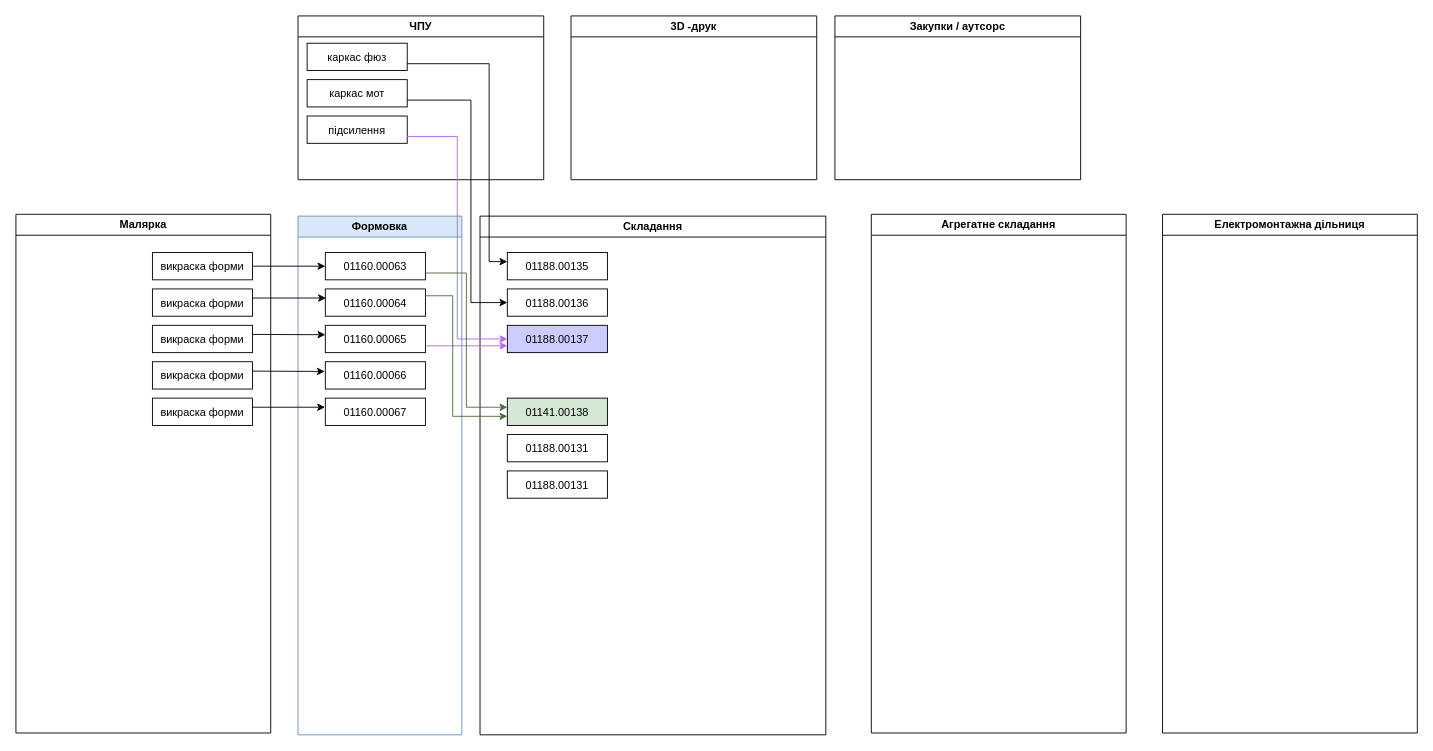
Above: Діаграма без назви.drawio in Narityana/Tutorial (draw.io), before the change. Source tidied: cells renumbered, new cells numbered last; positions are measured from the earlier drawing's top-left corner, leaving out a move shared by most shapes. Both pictures are drawn from the tidied source at 91%, with x=0, y=0 at pixel (15, 15).
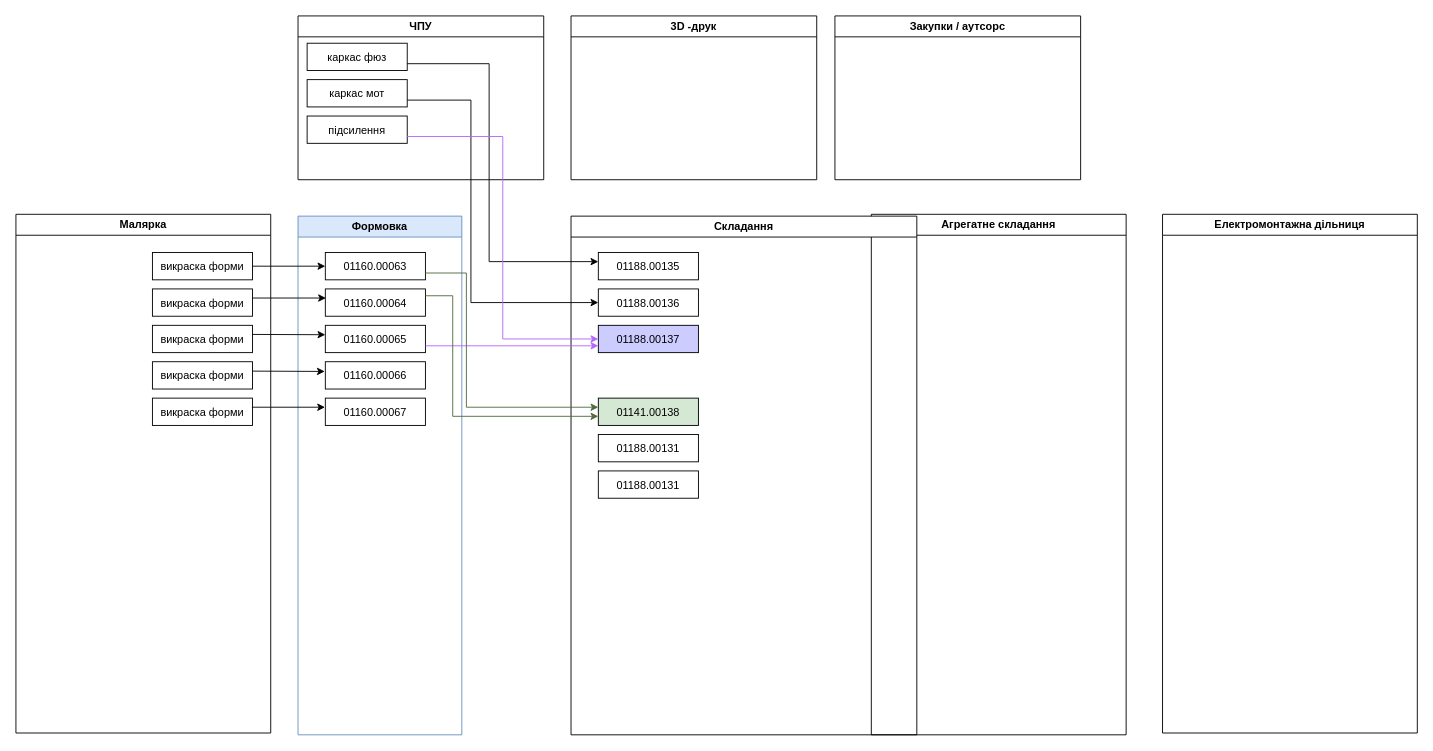
The same page after the edit.

The change refers to these unchanged cells:
```xml
<mxCell id="17" value="Формовка" style="swimlane;whiteSpace=wrap;fillColor=#dae8fc;strokeColor=#6c8ebf;shadow=0;glass=0;rounded=0;swimlaneFillColor=none;" parent="1" vertex="1">
  <mxGeometry x="310" y="220" width="180" height="570" as="geometry" />
</mxCell>
```

The edit, as a diff of the source:
```diff
@@
+    <mxCell id="15" value="Агрегатне складання" style="swimlane;whiteSpace=wrap;" parent="1" vertex="1">
+      <mxGeometry x="940" y="218" width="280" height="572" as="geometry" />
+    </mxCell>
-    <mxCell id="8" value="Складання" style="swimlane;whiteSpace=wrap;" parent="1" vertex="1">
-      <mxGeometry x="510" y="220" width="380" height="570" as="geometry" />
+    <mxCell id="8" value="Складання" style="swimlane;whiteSpace=wrap;" parent="15" vertex="1">
+      <mxGeometry x="-330" y="2" width="380" height="570" as="geometry" />
     </mxCell>
@@
-    <mxCell id="15" value="Агрегатне складання" style="swimlane;whiteSpace=wrap;" parent="1" vertex="1">
-      <mxGeometry x="940" y="218" width="280" height="570" as="geometry" />
-    </mxCell>
@@
-    <mxCell id="20" value="01160.00065" parent="17" vertex="1">
+    <mxCell id="20" value="01160.00065" style="shadow=0;" parent="17" vertex="1">
       <mxGeometry x="30" y="120" width="110" height="30" as="geometry" />
     </mxCell>
@@
+    <mxCell id="40" style="ellipse;whiteSpace=wrap;html=1;align=center;fillColor=none;strokeColor=none;perimeter=centerPerimeter;" parent="1" vertex="1">
+      <mxGeometry x="585" y="370" width="10" height="10" as="geometry" />
+    </mxCell>
```
